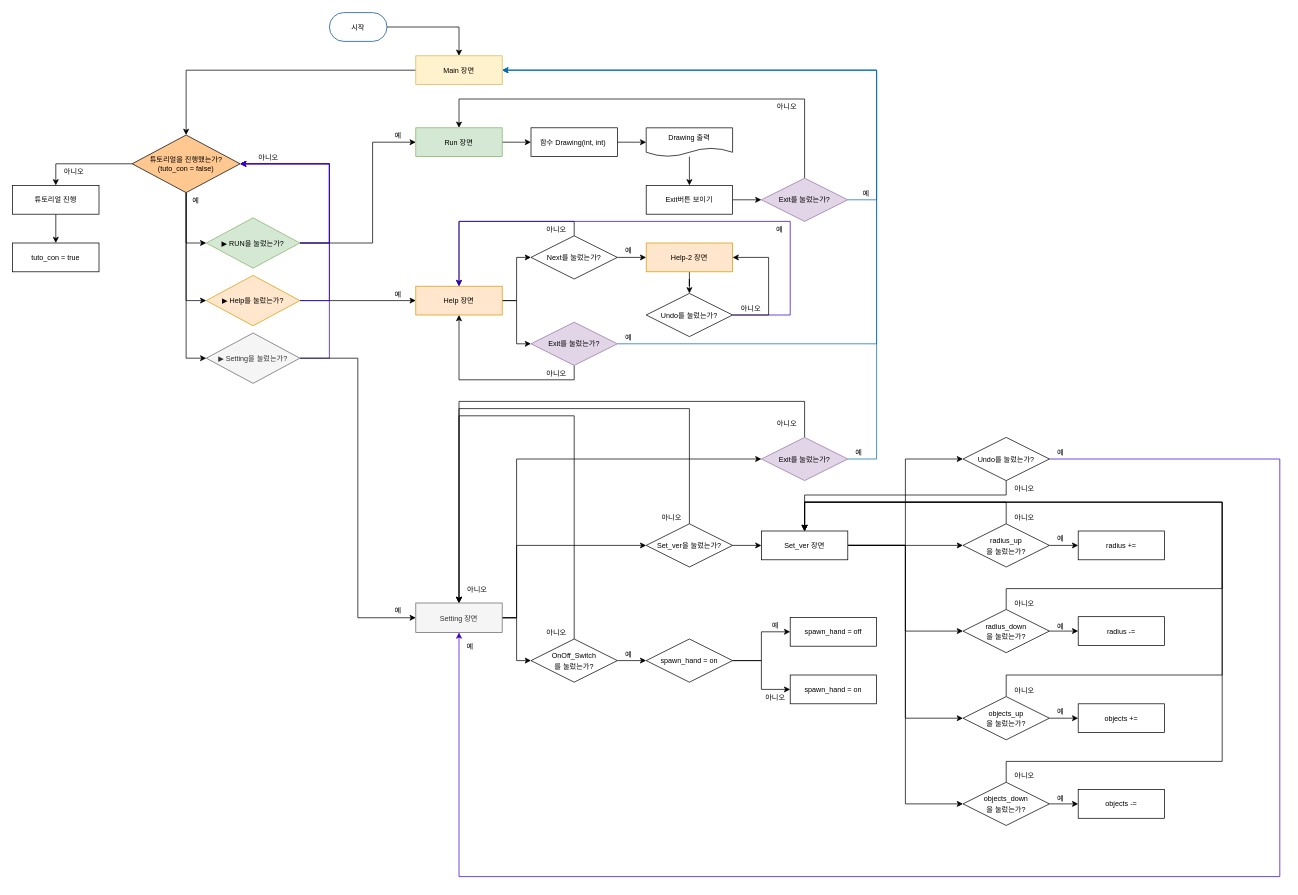
Applepie072/Draw.io keeps this draw.io diagram as AngleFunction_Circle.drawio. Above is the earlier version. Source tidied: cells renumbered, new cells numbered last; positions are measured from the earlier drawing's top-left corner, leaving out a move shared by most shapes. Both pictures are drawn from the tidied source at 72%, with x=0, y=0 at pixel (12, 12).
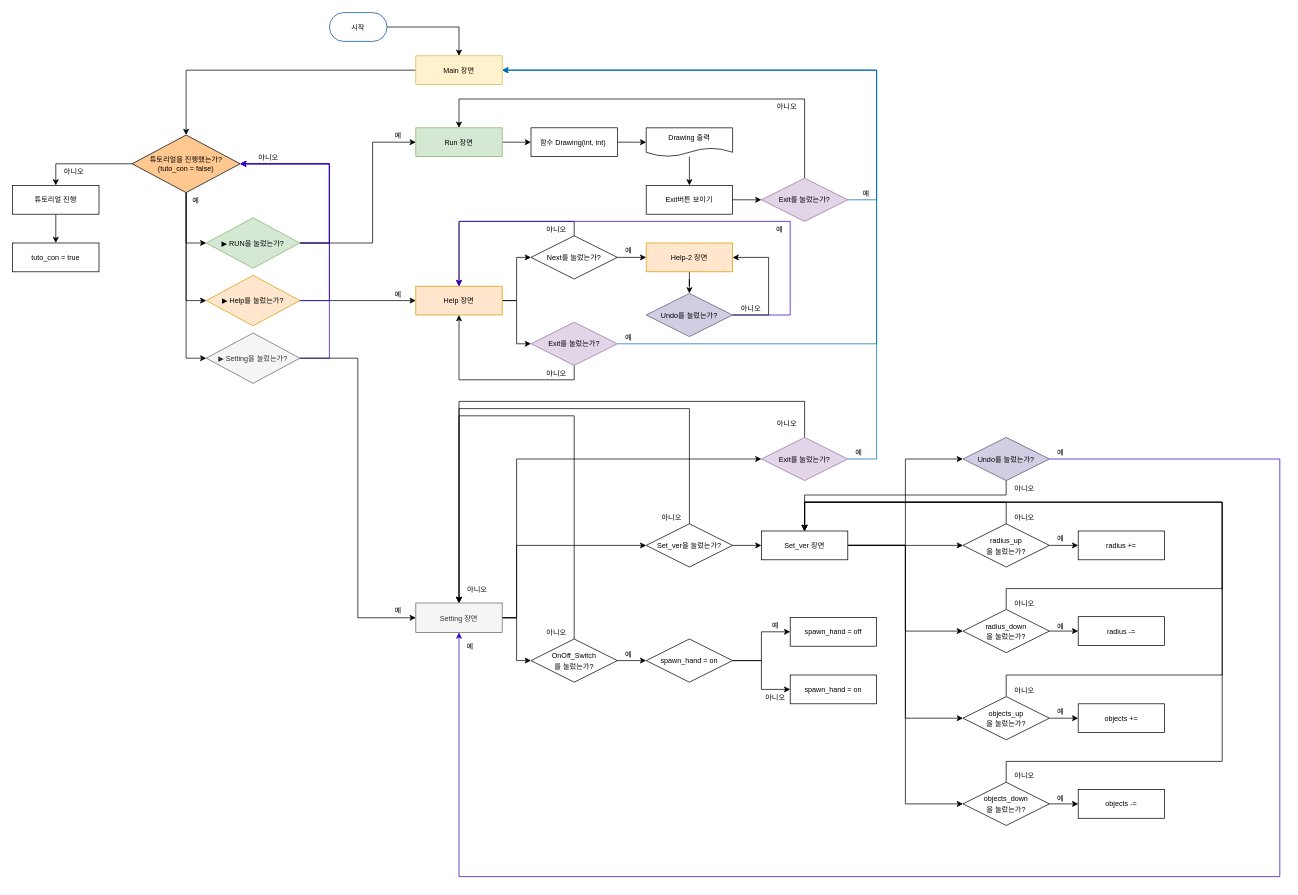
After the change.

What changed in the source:
```diff
@@
-    <mxCell id="63" value="&lt;font style=&quot;font-size: 10px;&quot;&gt;Undo를 눌렀는가?&lt;/font&gt;" style="rhombus;whiteSpace=wrap;html=1;" parent="1" vertex="1">
+    <mxCell id="63" value="&lt;font style=&quot;font-size: 10px;&quot;&gt;Undo를 눌렀는가?&lt;/font&gt;" style="rhombus;whiteSpace=wrap;html=1;fillColor=#d0cee2;strokeColor=#56517e;" parent="1" vertex="1">
       <mxGeometry x="880" y="390" width="120" height="60" as="geometry" />
     </mxCell>
@@
-    <mxCell id="109" value="&lt;span style=&quot;font-size: 10px;&quot;&gt;Undo를 눌렀는가?&lt;/span&gt;" style="rhombus;whiteSpace=wrap;html=1;" parent="1" vertex="1">
+    <mxCell id="109" value="&lt;span style=&quot;font-size: 10px;&quot;&gt;Undo를 눌렀는가?&lt;/span&gt;" style="rhombus;whiteSpace=wrap;html=1;fillColor=#d0cee2;strokeColor=#56517e;" parent="1" vertex="1">
       <mxGeometry x="1320" y="590" width="120" height="60" as="geometry" />
     </mxCell>
```
